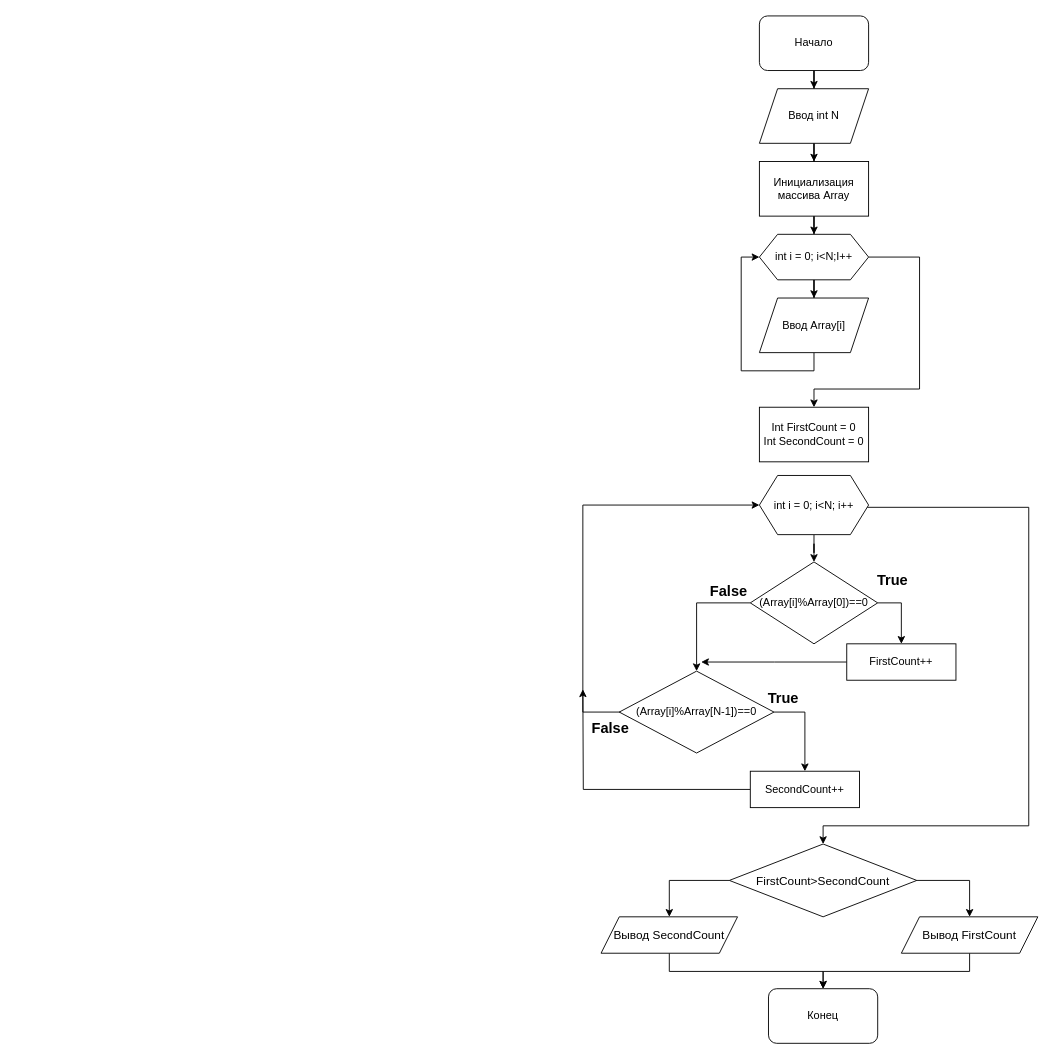
Before: ULPK/Task3.drawio in SpaleRud/OPDiagrams, a draw.io diagram. Source tidied: cells renumbered, new cells numbered last; positions are measured from the earlier drawing's top-left corner, leaving out a move shared by most shapes. Both pictures are drawn from the tidied source at 91%, with x=0, y=0 at pixel (564, 15).
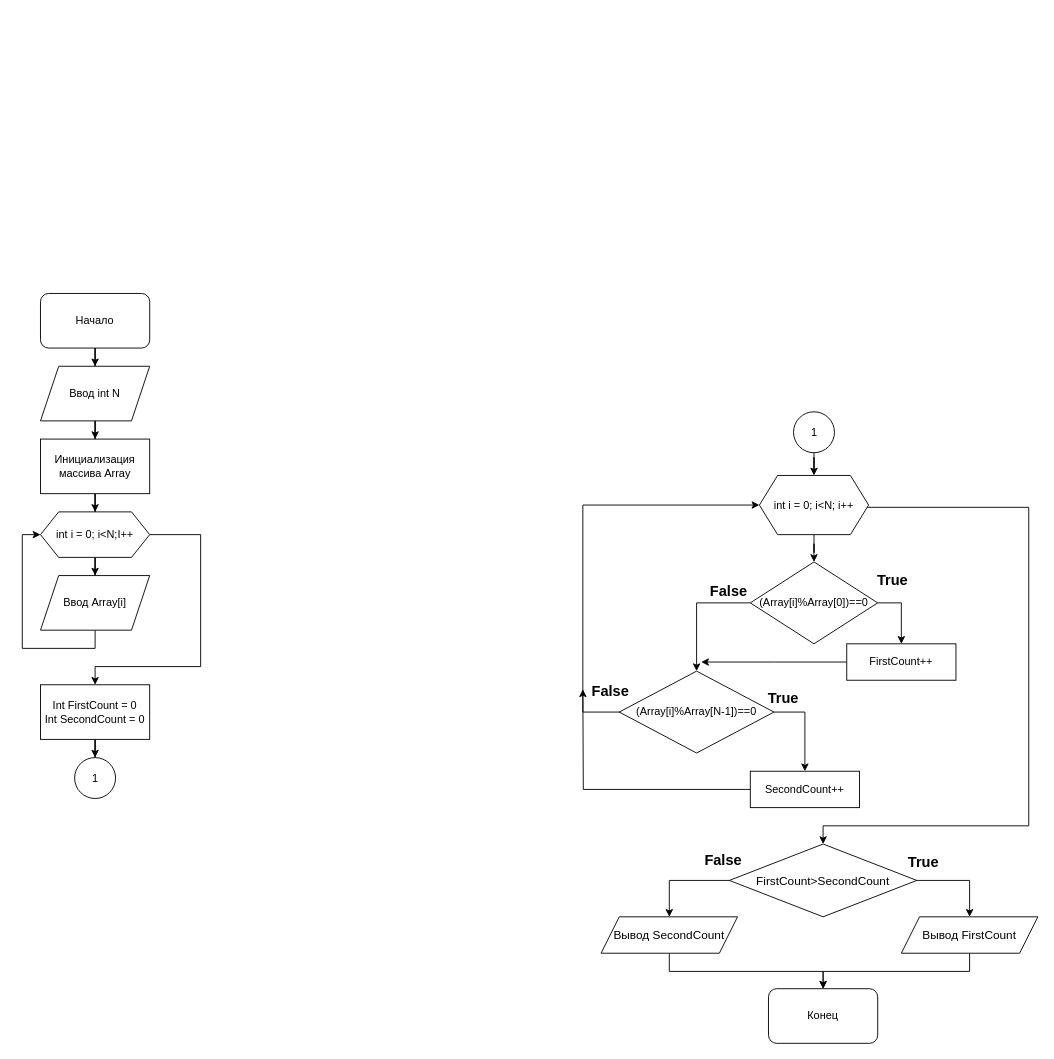
The same page after the edit.

Unchanged cells that the change refers to:
```xml
<mxCell id="17" value="int i = 0; i&amp;lt;N; i++" style="shape=hexagon;perimeter=hexagonPerimeter2;whiteSpace=wrap;html=1;fixedSize=1;" parent="1" vertex="1">
  <mxGeometry x="214" y="505" width="120" height="65" as="geometry" />
</mxCell>
```

What changed in the source:
```diff
@@
     <mxCell id="3" value="Начало" style="rounded=1;whiteSpace=wrap;html=1;" parent="1" vertex="1">
-      <mxGeometry x="214" width="120" height="60" as="geometry" />
+      <mxGeometry x="-576" y="305" width="120" height="60" as="geometry" />
     </mxCell>
@@
     <mxCell id="6" value="Инициализация массива Array" style="rounded=0;whiteSpace=wrap;html=1;" parent="1" vertex="1">
-      <mxGeometry x="214" y="160" width="120" height="60" as="geometry" />
+      <mxGeometry x="-576" y="465" width="120" height="60" as="geometry" />
     </mxCell>
@@
     <mxCell id="8" value="Ввод int N" style="shape=parallelogram;perimeter=parallelogramPerimeter;whiteSpace=wrap;html=1;fixedSize=1;" parent="1" vertex="1">
-      <mxGeometry x="214" y="80" width="120" height="60" as="geometry" />
+      <mxGeometry x="-576" y="385" width="120" height="60" as="geometry" />
     </mxCell>
@@
     <mxCell id="10" style="edgeStyle=orthogonalEdgeStyle;rounded=0;jettySize=auto;html=1;entryX=0.5;entryY=0;entryDx=0;entryDy=0;" parent="1" edge="1" source="11" target="14">
       <mxGeometry relative="1" as="geometry">
         <Array as="points">
-          <mxPoint x="390" y="265" />
-          <mxPoint x="390" y="410" />
-          <mxPoint x="274" y="410" />
+          <mxPoint x="-400" y="570" />
+          <mxPoint x="-400" y="715" />
+          <mxPoint x="-516" y="715" />
         </Array>
       </mxGeometry>
     </mxCell>
     <mxCell id="11" value="int i = 0; i&amp;lt;N;I++" style="shape=hexagon;perimeter=hexagonPerimeter2;whiteSpace=wrap;html=1;fixedSize=1;" parent="1" vertex="1">
-      <mxGeometry x="214" y="240" width="120" height="50" as="geometry" />
+      <mxGeometry x="-576" y="545" width="120" height="50" as="geometry" />
     </mxCell>
     <mxCell id="12" style="edgeStyle=orthogonalEdgeStyle;rounded=0;jettySize=auto;html=1;entryX=0;entryY=0.5;entryDx=0;entryDy=0;" parent="1" edge="1" source="13" target="11">
       <mxGeometry relative="1" as="geometry">
         <Array as="points">
-          <mxPoint x="274" y="390" />
-          <mxPoint x="194" y="390" />
-          <mxPoint x="194" y="265" />
+          <mxPoint x="-516" y="695" />
+          <mxPoint x="-596" y="695" />
+          <mxPoint x="-596" y="570" />
         </Array>
       </mxGeometry>
     </mxCell>
     <mxCell id="13" value="Ввод Array[i]" style="shape=parallelogram;perimeter=parallelogramPerimeter;whiteSpace=wrap;html=1;fixedSize=1;" parent="1" vertex="1">
-      <mxGeometry x="214" y="310" width="120" height="60" as="geometry" />
+      <mxGeometry x="-576" y="615" width="120" height="60" as="geometry" />
     </mxCell>
+    <mxCell id="39" style="edgeStyle=orthogonalEdgeStyle;rounded=0;jettySize=auto;html=1;" parent="1" edge="1" source="14" target="40">
+      <mxGeometry relative="1" as="geometry" />
+    </mxCell>
     <mxCell id="14" value="Int FirstCount = 0&lt;br&gt;Int SecondCount = 0" style="rounded=0;whiteSpace=wrap;html=1;" parent="1" vertex="1">
-      <mxGeometry x="214" y="430" width="120" height="60" as="geometry" />
+      <mxGeometry x="-576" y="735" width="120" height="60" as="geometry" />
     </mxCell>
@@
     <mxCell id="31" value="&lt;font style=&quot;font-size: 16px&quot;&gt;False&lt;/font&gt;" style="text;strokeColor=none;fillColor=none;html=1;fontSize=24;fontStyle=1;verticalAlign=middle;align=center;" parent="1" vertex="1">
-      <mxGeometry y="760" width="100" height="40" as="geometry" />
+      <mxGeometry y="720" width="100" height="40" as="geometry" />
     </mxCell>
@@
+    <mxCell id="40" value="1" style="ellipse;whiteSpace=wrap;html=1;" parent="1" vertex="1">
+      <mxGeometry x="-538.5" y="815" width="45" height="45" as="geometry" />
+    </mxCell>
+    <mxCell id="41" style="edgeStyle=orthogonalEdgeStyle;rounded=0;jettySize=auto;html=1;entryX=0.5;entryY=0;entryDx=0;entryDy=0;" parent="1" edge="1" source="42" target="17">
+      <mxGeometry relative="1" as="geometry" />
+    </mxCell>
+    <mxCell id="42" value="1" style="ellipse;whiteSpace=wrap;html=1;" parent="1" vertex="1">
+      <mxGeometry x="251.5" y="435" width="45" height="45" as="geometry" />
+    </mxCell>
+    <mxCell id="43" value="True" style="text;strokeColor=none;fillColor=none;html=1;fontSize=16;fontStyle=1;verticalAlign=middle;align=center;" parent="1" vertex="1">
+      <mxGeometry x="344" y="910" width="100" height="40" as="geometry" />
+    </mxCell>
+    <mxCell id="44" value="&lt;font style=&quot;font-size: 16px&quot;&gt;False&lt;/font&gt;" style="text;strokeColor=none;fillColor=none;html=1;fontSize=24;fontStyle=1;verticalAlign=middle;align=center;" parent="1" vertex="1">
+      <mxGeometry x="124" y="905" width="100" height="40" as="geometry" />
+    </mxCell>
```
